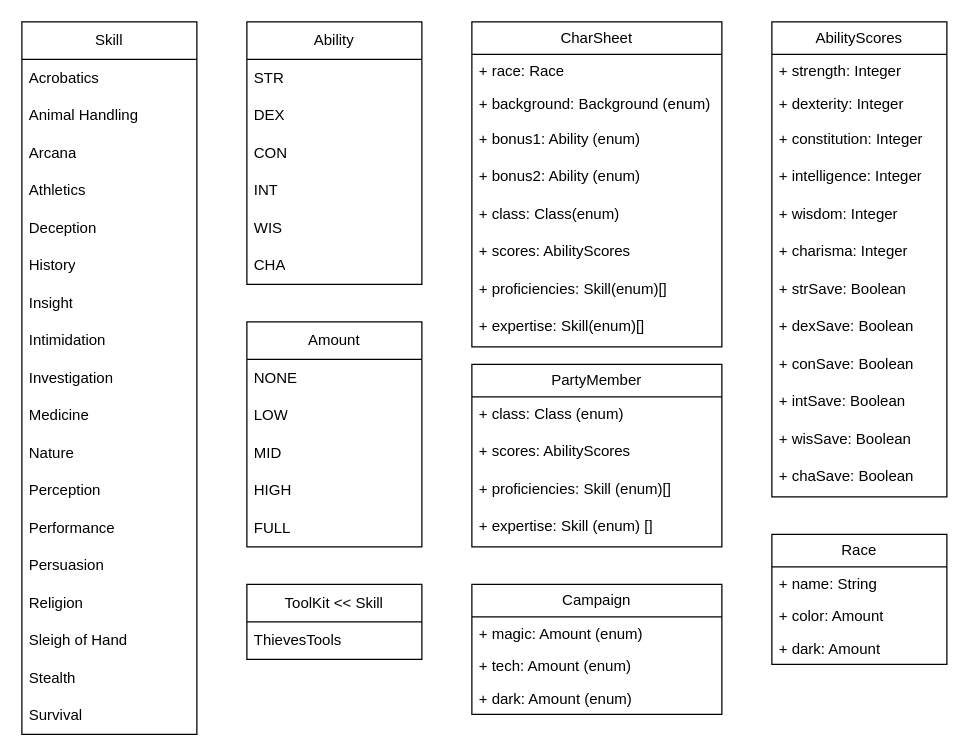
tanitamosic/fast-character-builder keeps this draw.io diagram as diagrams/application classes.drawio. Above is the earlier version. Source tidied: cells renumbered, new cells numbered last; positions are measured from the earlier drawing's top-left corner, leaving out a move shared by most shapes. Both pictures are drawn from the tidied source at 125%, with x=0, y=0 at pixel (21, 21).
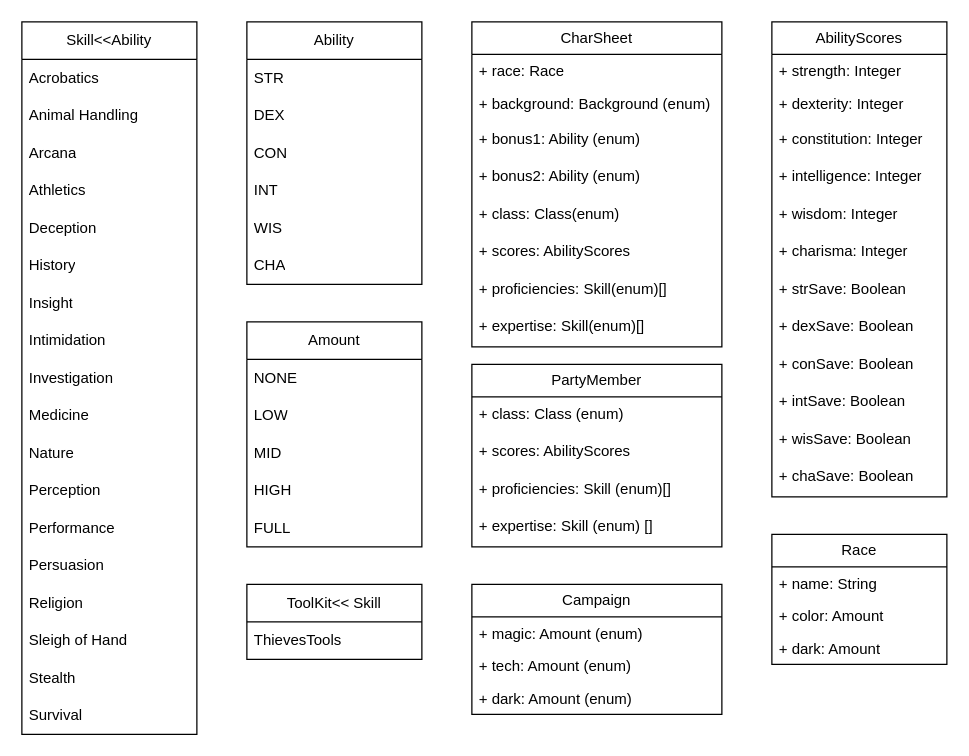
After the change.

The edit, as a diff of the source:
```diff
@@
-    <mxCell id="18" value="Skill" style="swimlane;fontStyle=0;horizontal=1;startSize=30;whiteSpace=wrap;html=1;" parent="1" vertex="1">
+    <mxCell id="18" value="Skill&amp;lt;&amp;lt;Ability" style="swimlane;fontStyle=0;horizontal=1;startSize=30;whiteSpace=wrap;html=1;" parent="1" vertex="1">
       <mxGeometry width="140" height="570" as="geometry" />
     </mxCell>
@@
-    <mxCell id="69" value="&lt;div&gt;ToolKit &amp;lt;&amp;lt; Skill&lt;/div&gt;" style="swimlane;fontStyle=0;horizontal=1;startSize=30;whiteSpace=wrap;html=1;" parent="1" vertex="1">
+    <mxCell id="69" value="&lt;div&gt;ToolKit&amp;lt;&amp;lt; Skill&lt;/div&gt;" style="swimlane;fontStyle=0;horizontal=1;startSize=30;whiteSpace=wrap;html=1;" parent="1" vertex="1">
       <mxGeometry x="180" y="450" width="140" height="60" as="geometry" />
     </mxCell>
```
